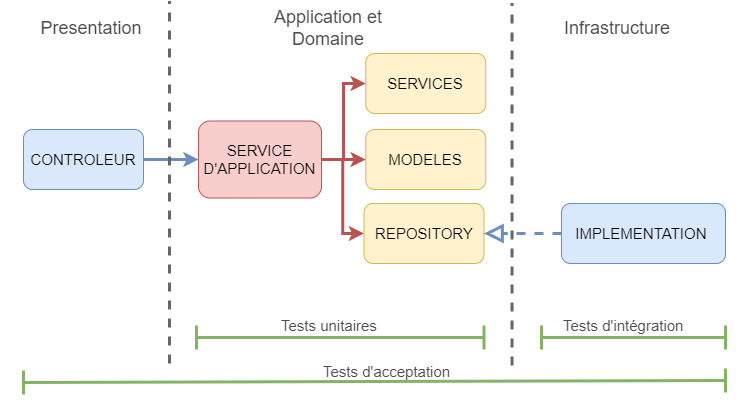
Before: documentation/diagrammes/diagrammesArchitecture/testArchitectureHexagonal.drawio.png, a diagram exported from draw.io (ansforge/finess-plus). Source tidied: cells renumbered, new cells last; positions are measured from the earlier drawing's top-left corner, leaving out a move shared by most shapes.
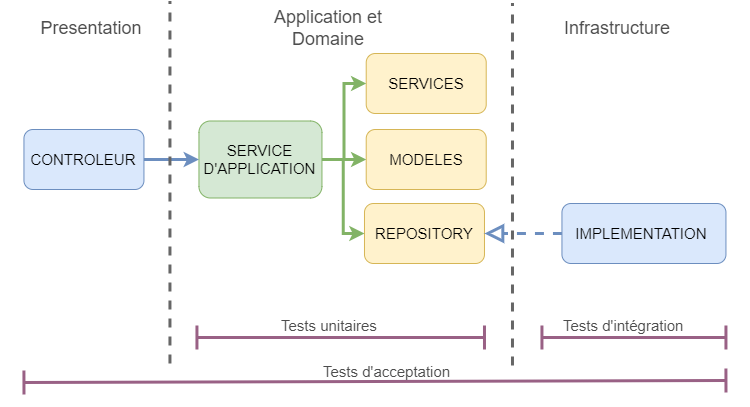
After the commit.

The edit, as a diff of the source:
```diff
@@ -11,7 +11,7 @@
     <mxCell id="4" value="IMPLEMENTATION&amp;nbsp;" style="rounded=1;whiteSpace=wrap;html=1;strokeWidth=1;fontSize=15;gradientDirection=south;fillColor=#dae8fc;strokeColor=#6c8ebf;" parent="2" vertex="1">
       <mxGeometry x="538" y="202" width="164" height="60" as="geometry" />
     </mxCell>
-    <mxCell id="5" value="SERVICE&lt;br style=&quot;font-size: 15px;&quot;&gt;D'APPLICATION" style="rounded=1;whiteSpace=wrap;html=1;strokeWidth=1;fontSize=15;gradientDirection=south;fillColor=#f8cecc;strokeColor=#b85450;" parent="2" vertex="1">
+    <mxCell id="5" value="SERVICE&lt;br style=&quot;font-size: 15px;&quot;&gt;D'APPLICATION" style="rounded=1;whiteSpace=wrap;html=1;strokeWidth=1;fontSize=15;gradientDirection=south;fillColor=#d5e8d4;strokeColor=#82b366;" parent="2" vertex="1">
       <mxGeometry x="175" y="119.5" width="123" height="77" as="geometry" />
     </mxCell>
     <mxCell id="6" value="&lt;font style=&quot;font-size: 15px;&quot;&gt;REPOSITORY&lt;/font&gt;" style="rounded=1;whiteSpace=wrap;html=1;strokeWidth=1;fontSize=15;gradientDirection=south;fillColor=#fff2cc;strokeColor=#d6b656;" parent="2" vertex="1">
@@ -29,28 +29,28 @@
     <mxCell id="10" style="endArrow=classic;html=1;rounded=0;strokeColor=#6c8ebf;fontSize=15;fontColor=#4D4D4D;startSize=2;endSize=6;exitX=1;exitY=0.5;exitDx=0;exitDy=0;entryX=0;entryY=0.5;entryDx=0;entryDy=0;fillColor=#dae8fc;strokeWidth=3;edgeStyle=orthogonalEdgeStyle;" parent="2" edge="1" source="3" target="5">
       <mxGeometry relative="1" as="geometry" />
     </mxCell>
-    <mxCell id="11" style="endArrow=classic;html=1;rounded=0;strokeColor=#b85450;strokeWidth=3;fontSize=15;fontColor=#4D4D4D;startSize=2;endSize=6;exitX=1;exitY=0.5;exitDx=0;exitDy=0;entryX=0;entryY=0.5;entryDx=0;entryDy=0;fillColor=#f8cecc;edgeStyle=orthogonalEdgeStyle;" parent="2" edge="1" source="5" target="8">
+    <mxCell id="11" style="endArrow=classic;html=1;rounded=0;strokeColor=#82b366;strokeWidth=3;fontSize=15;fontColor=#4D4D4D;startSize=2;endSize=6;exitX=1;exitY=0.5;exitDx=0;exitDy=0;entryX=0;entryY=0.5;entryDx=0;entryDy=0;fillColor=#d5e8d4;edgeStyle=orthogonalEdgeStyle;" parent="2" edge="1" source="5" target="8">
       <mxGeometry relative="1" as="geometry" />
     </mxCell>
-    <mxCell id="12" style="endArrow=classic;html=1;rounded=0;strokeColor=#b85450;strokeWidth=3;fontSize=15;fontColor=#4D4D4D;startSize=2;endSize=6;exitX=1;exitY=0.5;exitDx=0;exitDy=0;entryX=0;entryY=0.5;entryDx=0;entryDy=0;fillColor=#f8cecc;edgeStyle=orthogonalEdgeStyle;" parent="2" edge="1" source="5" target="7">
+    <mxCell id="12" style="endArrow=classic;html=1;rounded=0;strokeColor=#82b366;strokeWidth=3;fontSize=15;fontColor=#4D4D4D;startSize=2;endSize=6;exitX=1;exitY=0.5;exitDx=0;exitDy=0;entryX=0;entryY=0.5;entryDx=0;entryDy=0;fillColor=#d5e8d4;edgeStyle=orthogonalEdgeStyle;" parent="2" edge="1" source="5" target="7">
       <mxGeometry relative="1" as="geometry" />
     </mxCell>
-    <mxCell id="13" style="endArrow=classic;html=1;rounded=0;strokeColor=#b85450;strokeWidth=3;fontSize=15;fontColor=#4D4D4D;startSize=2;endSize=6;exitX=1;exitY=0.5;exitDx=0;exitDy=0;entryX=0;entryY=0.5;entryDx=0;entryDy=0;fillColor=#f8cecc;edgeStyle=orthogonalEdgeStyle;" parent="2" edge="1" source="5" target="6">
+    <mxCell id="13" style="endArrow=classic;html=1;rounded=0;strokeColor=#82b366;strokeWidth=3;fontSize=15;fontColor=#4D4D4D;startSize=2;endSize=6;exitX=1;exitY=0.5;exitDx=0;exitDy=0;entryX=0;entryY=0.5;entryDx=0;entryDy=0;fillColor=#d5e8d4;edgeStyle=orthogonalEdgeStyle;" parent="2" edge="1" source="5" target="6">
       <mxGeometry relative="1" as="geometry" />
     </mxCell>
-    <mxCell id="14" style="endArrow=baseDash;html=1;rounded=0;strokeColor=#82b366;strokeWidth=3;fontSize=15;fontColor=#4D4D4D;startSize=20;endSize=20;endFill=0;startArrow=baseDash;startFill=0;fillColor=#d5e8d4;" parent="2" edge="1">
+    <mxCell id="14" style="endArrow=baseDash;html=1;rounded=0;strokeColor=#996185;strokeWidth=3;fontSize=15;fontColor=#4D4D4D;startSize=20;endSize=20;endFill=0;startArrow=baseDash;startFill=0;fillColor=#e6d0de;gradientColor=#d5739d;" parent="2" edge="1">
       <mxGeometry relative="1" as="geometry">
         <mxPoint y="381" as="sourcePoint" />
         <mxPoint x="702" y="379" as="targetPoint" />
       </mxGeometry>
     </mxCell>
-    <mxCell id="15" style="endArrow=baseDash;html=1;rounded=0;strokeColor=#82b366;strokeWidth=3;fontSize=15;fontColor=#4D4D4D;startSize=20;endSize=20;endFill=0;startArrow=baseDash;startFill=0;fillColor=#d5e8d4;" parent="2" edge="1">
+    <mxCell id="15" style="endArrow=baseDash;html=1;rounded=0;strokeColor=#996185;strokeWidth=3;fontSize=15;fontColor=#4D4D4D;startSize=20;endSize=20;endFill=0;startArrow=baseDash;startFill=0;fillColor=#e6d0de;gradientColor=#d5739d;" parent="2" edge="1">
       <mxGeometry relative="1" as="geometry">
         <mxPoint x="518" y="336" as="sourcePoint" />
         <mxPoint x="702" y="336" as="targetPoint" />
       </mxGeometry>
     </mxCell>
-    <mxCell id="16" style="endArrow=baseDash;html=1;rounded=0;strokeColor=#82b366;strokeWidth=3;fontSize=15;fontColor=#4D4D4D;startSize=20;endSize=20;endFill=0;startArrow=baseDash;startFill=0;fillColor=#d5e8d4;" parent="2" edge="1">
+    <mxCell id="16" style="endArrow=baseDash;html=1;rounded=0;strokeColor=#996185;strokeWidth=3;fontSize=15;fontColor=#4D4D4D;startSize=20;endSize=20;endFill=0;startArrow=baseDash;startFill=0;fillColor=#e6d0de;gradientColor=#d5739d;" parent="2" edge="1">
       <mxGeometry relative="1" as="geometry">
         <mxPoint x="173" y="336" as="sourcePoint" />
         <mxPoint x="460.5" y="336" as="targetPoint" />
```
